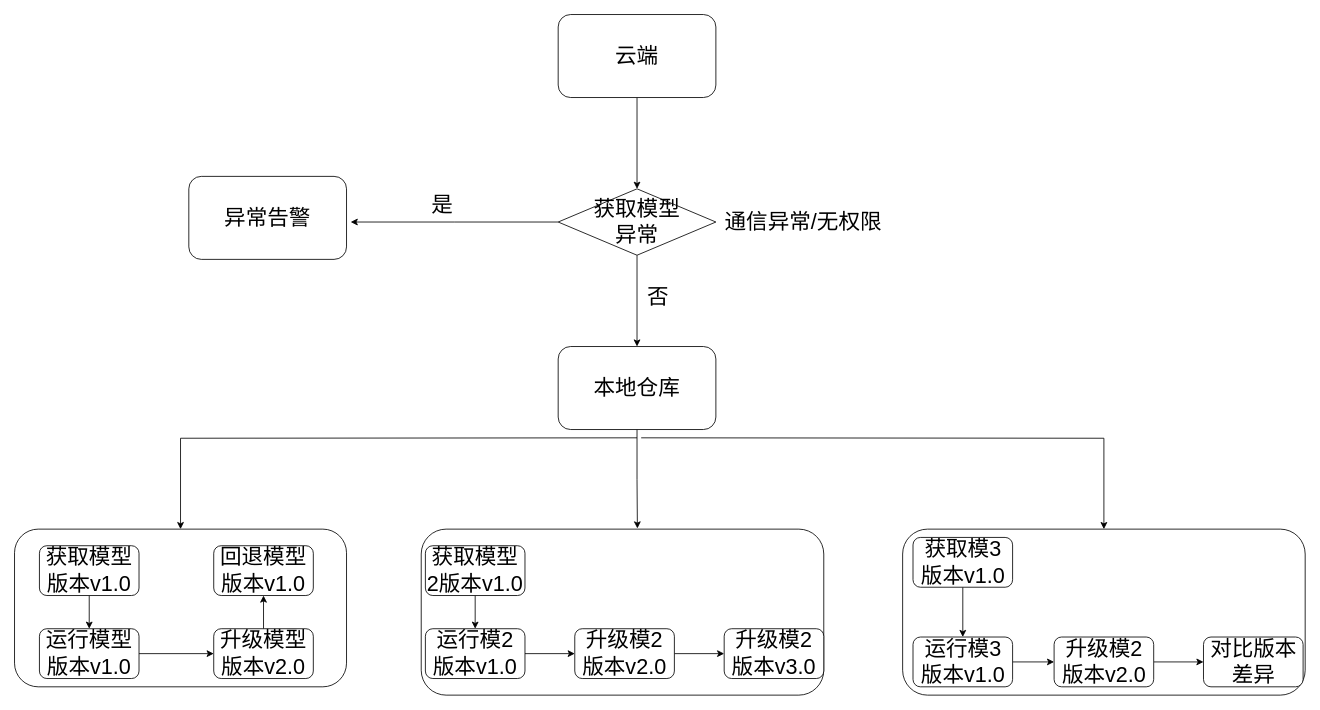
Before: page "Page-2" (3 of 7) of 未命名绘图.drawio in duanxr1112/files, a draw.io diagram. Source tidied: cells renumbered, new cells numbered last; positions are measured from the earlier drawing's top-left corner, leaving out a move shared by most shapes. Both pictures are drawn from the tidied source at 83%, with x=0, y=0 at pixel (14, 14).
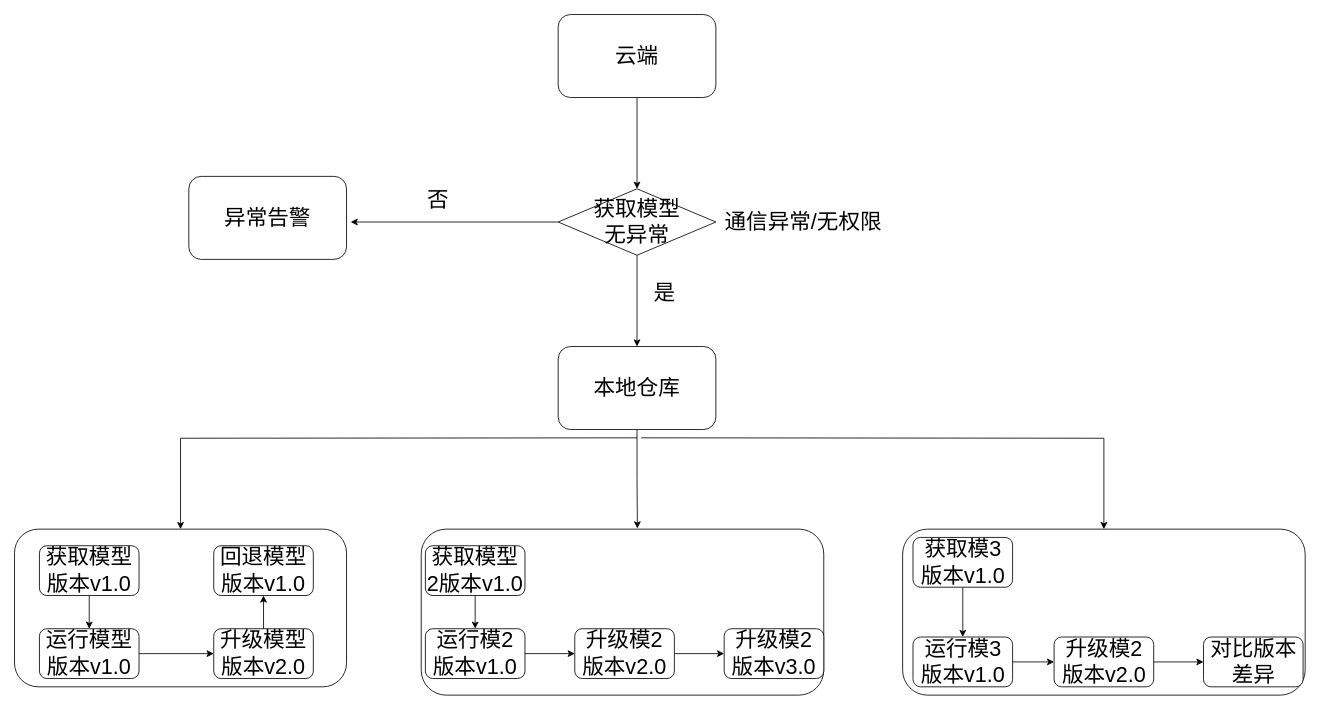
The same page after the edit.

Diff of the diagram source:
```diff
@@
-    <mxCell id="32" value="获取模型&lt;br&gt;异常" style="rhombus;whiteSpace=wrap;html=1;labelBackgroundColor=none;labelBorderColor=none;fontFamily=Helvetica;fontSize=26;fontColor=none;strokeColor=default;fillColor=default;" parent="1" vertex="1">
+    <mxCell id="32" value="获取模型&lt;br&gt;无异常" style="rhombus;whiteSpace=wrap;html=1;labelBackgroundColor=none;labelBorderColor=none;fontFamily=Helvetica;fontSize=26;fontColor=none;strokeColor=default;fillColor=default;" parent="1" vertex="1">
       <mxGeometry x="655" y="210" width="190" height="80" as="geometry" />
     </mxCell>
@@
     <mxCell id="37" value="是" style="text;html=1;align=center;verticalAlign=middle;fillColor=none;strokeColor=none;rounded=0;labelBackgroundColor=none;labelBorderColor=none;fontFamily=Helvetica;fontSize=26;fontColor=none;" parent="1" vertex="1">
-      <mxGeometry x="495" y="210" width="40" height="40" as="geometry" />
+      <mxGeometry x="763" y="315" width="40" height="40" as="geometry" />
     </mxCell>
     <mxCell id="38" value="否" style="text;html=1;align=center;verticalAlign=middle;fillColor=none;strokeColor=none;rounded=0;labelBackgroundColor=none;labelBorderColor=none;fontFamily=Helvetica;fontSize=26;fontColor=none;" parent="1" vertex="1">
-      <mxGeometry x="755" y="320" width="40" height="40" as="geometry" />
+      <mxGeometry x="490" y="203" width="40" height="40" as="geometry" />
     </mxCell>
```
